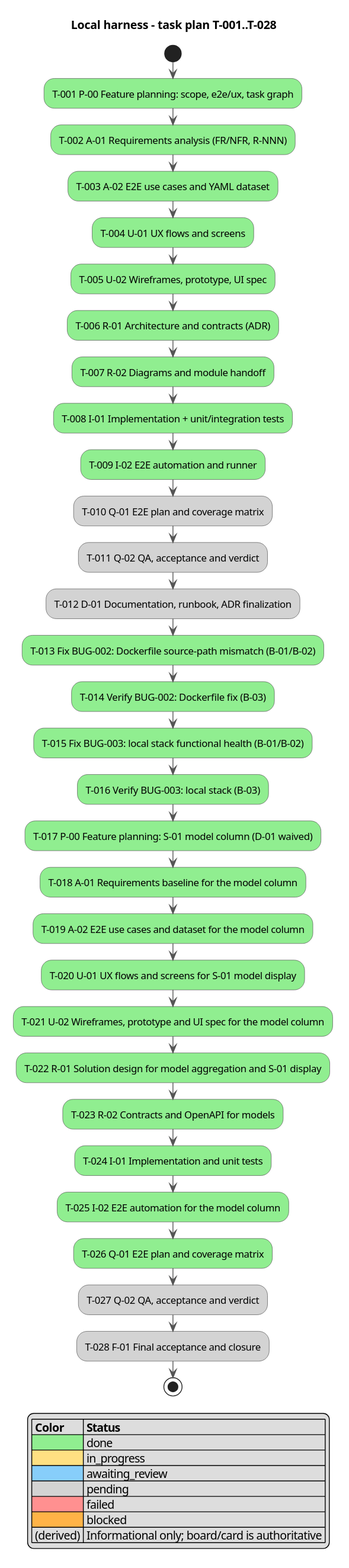
The PlantUML diagram docs/activity.svg in serge-sasov/ai-task-tracker, before a commit.
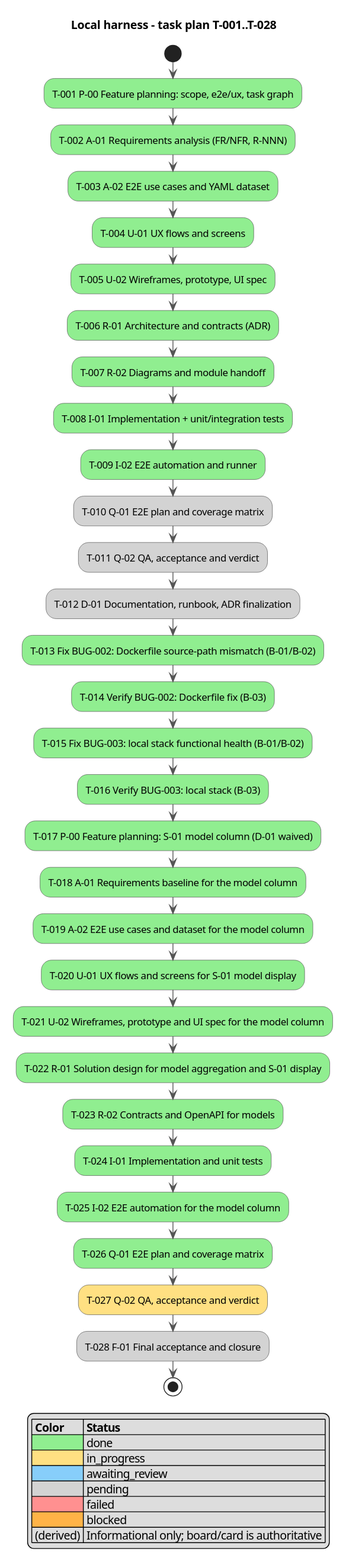
The same file after the commit.

Commit message:
T-027: start Q-02 QA and acceptance

What changed in the source:
```diff
@@ -32,7 +32,7 @@
 :T-024 I-01 Implementation and unit tests; <<#90EE90>>
 :T-025 I-02 E2E automation for the model column; <<#90EE90>>
 :T-026 Q-01 E2E plan and coverage matrix; <<#90EE90>>
-:T-027 Q-02 QA, acceptance and verdict; <<#D3D3D3>>
+:T-027 Q-02 QA, acceptance and verdict; <<#FFE082>>
 :T-028 F-01 Final acceptance and closure; <<#D3D3D3>>
 stop
 
```
